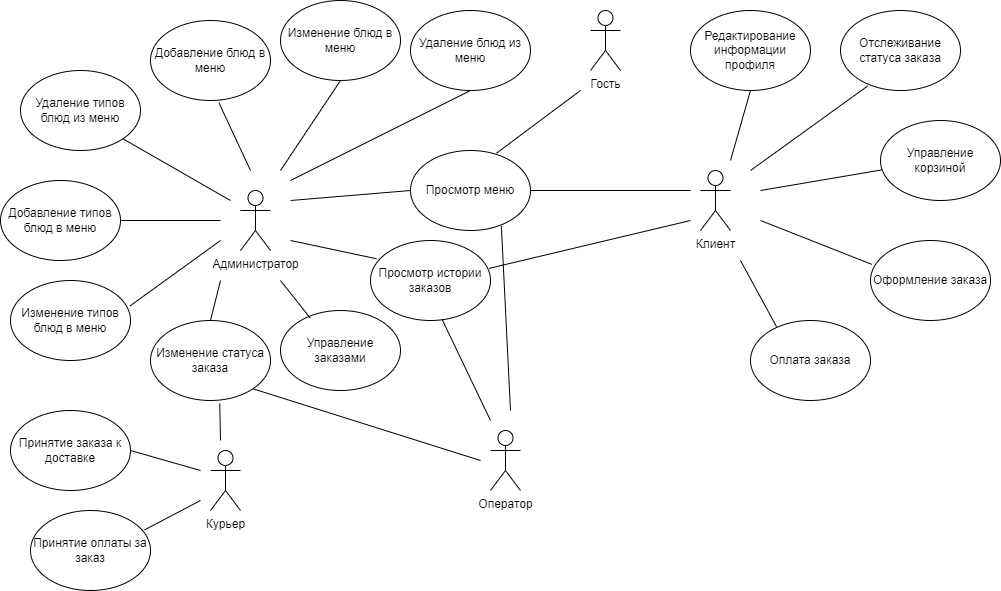
Camikadzeprof/CW-serv keeps this draw.io diagram as usecase.png. Above is the earlier version. Source tidied: cells renumbered, new cells last; positions are measured from the earlier drawing's top-left corner, leaving out a move shared by most shapes.
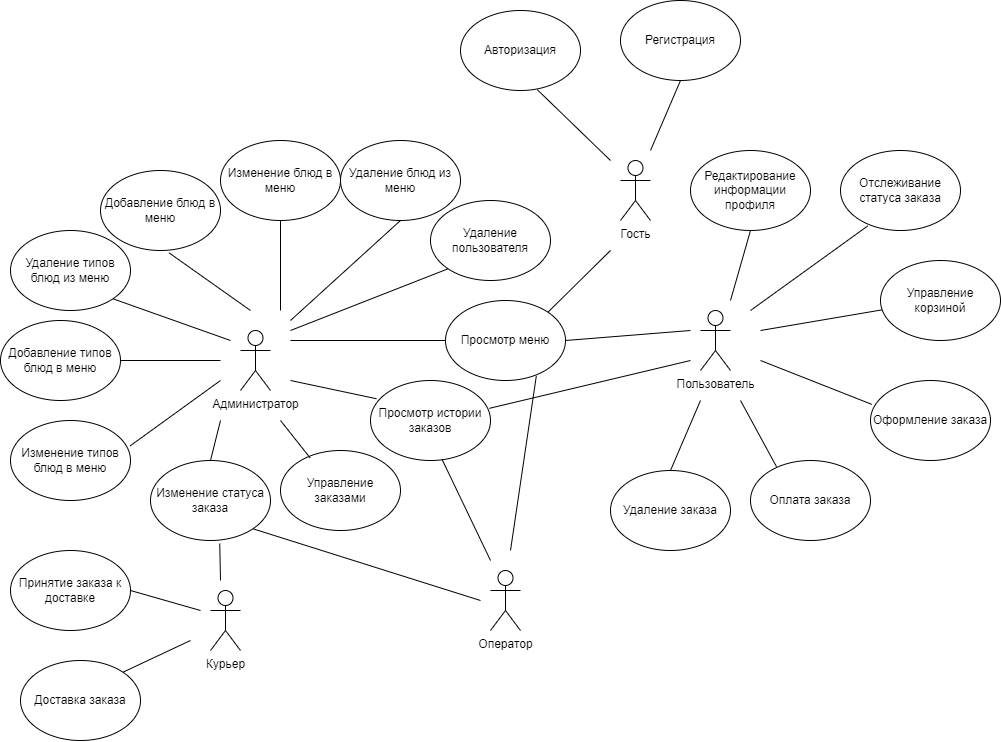
After the commit.

Diff of the diagram source:
```diff
@@ -9,13 +9,13 @@
       <mxGeometry x="370" y="240" width="120" height="80" as="geometry" />
     </mxCell>
     <mxCell id="4" value="Удаление типов блюд из меню" style="ellipse;whiteSpace=wrap;html=1;" parent="1" vertex="1">
-      <mxGeometry x="20" y="70" width="120" height="80" as="geometry" />
+      <mxGeometry x="10" y="90" width="120" height="80" as="geometry" />
     </mxCell>
     <mxCell id="5" value="Изменение блюд в меню" style="ellipse;whiteSpace=wrap;html=1;" parent="1" vertex="1">
-      <mxGeometry x="280" width="120" height="80" as="geometry" />
+      <mxGeometry x="220" width="120" height="80" as="geometry" />
     </mxCell>
     <mxCell id="6" value="Удаление блюд из меню" style="ellipse;whiteSpace=wrap;html=1;" parent="1" vertex="1">
-      <mxGeometry x="410" y="10" width="120" height="80" as="geometry" />
+      <mxGeometry x="340" width="120" height="80" as="geometry" />
     </mxCell>
     <mxCell id="7" value="Управление заказами" style="ellipse;whiteSpace=wrap;html=1;" parent="1" vertex="1">
       <mxGeometry x="280" y="310" width="120" height="80" as="geometry" />
@@ -24,7 +24,7 @@
       <mxGeometry x="150" y="320" width="120" height="80" as="geometry" />
     </mxCell>
     <mxCell id="9" value="Просмотр меню" style="ellipse;whiteSpace=wrap;html=1;" parent="1" vertex="1">
-      <mxGeometry x="410" y="150" width="120" height="80" as="geometry" />
+      <mxGeometry x="445" y="160" width="120" height="80" as="geometry" />
     </mxCell>
     <mxCell id="10" value="Принятие заказа к доставке" style="ellipse;whiteSpace=wrap;html=1;" parent="1" vertex="1">
       <mxGeometry x="10" y="410" width="120" height="80" as="geometry" />
@@ -70,9 +70,6 @@
     <mxCell id="19" value="Курьер" style="shape=umlActor;verticalLabelPosition=bottom;verticalAlign=top;html=1;" parent="1" vertex="1">
       <mxGeometry x="210" y="450" width="30" height="60" as="geometry" />
     </mxCell>
-    <mxCell id="20" value="Принятие оплаты за заказ" style="ellipse;whiteSpace=wrap;html=1;" parent="1" vertex="1">
-      <mxGeometry x="30" y="510" width="120" height="80" as="geometry" />
-    </mxCell>
     <mxCell id="21" style="endArrow=none;html=1;rounded=0;entryX=0.577;entryY=1.038;entryDx=0;entryDy=0;entryPerimeter=0;" parent="1" edge="1" target="8">
       <mxGeometry relative="1" as="geometry">
         <mxPoint x="220" y="440" as="sourcePoint" />
@@ -83,11 +80,6 @@
         <mxPoint x="200" y="470" as="targetPoint" />
       </mxGeometry>
     </mxCell>
-    <mxCell id="23" style="endArrow=none;html=1;rounded=0;exitX=0.95;exitY=0.243;exitDx=0;exitDy=0;exitPerimeter=0;" parent="1" edge="1" source="20">
-      <mxGeometry relative="1" as="geometry">
-        <mxPoint x="200" y="500" as="targetPoint" />
-      </mxGeometry>
-    </mxCell>
     <mxCell id="24" value="Оператор" style="shape=umlActor;verticalLabelPosition=bottom;verticalAlign=top;html=1;" parent="1" vertex="1">
       <mxGeometry x="490" y="430" width="30" height="60" as="geometry" />
     </mxCell>
@@ -106,7 +98,7 @@
         <mxPoint x="510" y="410" as="sourcePoint" />
       </mxGeometry>
     </mxCell>
-    <mxCell id="28" value="Клиент" style="shape=umlActor;verticalLabelPosition=bottom;verticalAlign=top;html=1;" parent="1" vertex="1">
+    <mxCell id="28" value="Пользователь" style="shape=umlActor;verticalLabelPosition=bottom;verticalAlign=top;html=1;" parent="1" vertex="1">
       <mxGeometry x="700" y="170" width="30" height="60" as="geometry" />
     </mxCell>
     <mxCell id="29" value="Управление корзиной" style="ellipse;whiteSpace=wrap;html=1;" parent="1" vertex="1">
@@ -139,11 +131,11 @@
       </mxGeometry>
     </mxCell>
     <mxCell id="36" value="Гость" style="shape=umlActor;verticalLabelPosition=bottom;verticalAlign=top;html=1;" parent="1" vertex="1">
-      <mxGeometry x="590" y="10" width="30" height="60" as="geometry" />
+      <mxGeometry x="620" y="20" width="30" height="60" as="geometry" />
     </mxCell>
-    <mxCell id="37" style="endArrow=none;html=1;rounded=0;exitX=0.717;exitY=0.033;exitDx=0;exitDy=0;exitPerimeter=0;" parent="1" edge="1" source="9">
+    <mxCell id="37" style="endArrow=none;html=1;rounded=0;exitX=1;exitY=0;exitDx=0;exitDy=0;" parent="1" edge="1" source="9">
       <mxGeometry relative="1" as="geometry">
-        <mxPoint x="580" y="90" as="targetPoint" />
+        <mxPoint x="610" y="110" as="targetPoint" />
       </mxGeometry>
     </mxCell>
     <mxCell id="38" style="endArrow=none;html=1;rounded=0;exitX=1;exitY=0.5;exitDx=0;exitDy=0;" parent="1" edge="1" source="9">
@@ -173,7 +165,7 @@
       </mxGeometry>
     </mxCell>
     <mxCell id="44" value="Добавление блюд в меню" style="ellipse;whiteSpace=wrap;html=1;" parent="1" vertex="1">
-      <mxGeometry x="150" y="20" width="120" height="80" as="geometry" />
+      <mxGeometry x="100" y="30" width="120" height="80" as="geometry" />
     </mxCell>
     <mxCell id="45" style="endArrow=none;html=1;rounded=0;entryX=0.57;entryY=1.028;entryDx=0;entryDy=0;entryPerimeter=0;" parent="1" edge="1" target="44">
       <mxGeometry relative="1" as="geometry">
@@ -188,5 +180,45 @@
         <mxPoint x="730" y="160" as="sourcePoint" />
       </mxGeometry>
     </mxCell>
+    <mxCell id="48" value="Удаление пользователя" style="ellipse;whiteSpace=wrap;html=1;" parent="1" vertex="1">
+      <mxGeometry x="430" y="60" width="120" height="80" as="geometry" />
+    </mxCell>
+    <mxCell id="49" style="endArrow=none;html=1;rounded=0;entryX=0;entryY=1;entryDx=0;entryDy=0;" parent="1" edge="1" target="48">
+      <mxGeometry relative="1" as="geometry">
+        <mxPoint x="290" y="190" as="sourcePoint" />
+      </mxGeometry>
+    </mxCell>
+    <mxCell id="50" value="Авторизация" style="ellipse;whiteSpace=wrap;html=1;" parent="1" vertex="1">
+      <mxGeometry x="460" y="-130" width="120" height="80" as="geometry" />
+    </mxCell>
+    <mxCell id="51" value="Регистрация" style="ellipse;whiteSpace=wrap;html=1;" parent="1" vertex="1">
+      <mxGeometry x="620" y="-140" width="120" height="80" as="geometry" />
+    </mxCell>
+    <mxCell id="52" style="endArrow=none;html=1;rounded=0;entryX=0.64;entryY=0.99;entryDx=0;entryDy=0;entryPerimeter=0;" parent="1" edge="1" target="50">
+      <mxGeometry relative="1" as="geometry">
+        <mxPoint x="610" y="20" as="sourcePoint" />
+      </mxGeometry>
+    </mxCell>
+    <mxCell id="53" style="endArrow=none;html=1;rounded=0;entryX=0.5;entryY=1;entryDx=0;entryDy=0;" parent="1" edge="1" target="51">
+      <mxGeometry relative="1" as="geometry">
+        <mxPoint x="650" y="10" as="sourcePoint" />
+      </mxGeometry>
+    </mxCell>
+    <mxCell id="54" value="Удаление заказа" style="ellipse;whiteSpace=wrap;html=1;" parent="1" vertex="1">
+      <mxGeometry x="610" y="330" width="120" height="80" as="geometry" />
+    </mxCell>
+    <mxCell id="55" style="endArrow=none;html=1;rounded=0;exitX=0.5;exitY=0;exitDx=0;exitDy=0;" parent="1" edge="1" source="54">
+      <mxGeometry relative="1" as="geometry">
+        <mxPoint x="700" y="260" as="targetPoint" />
+      </mxGeometry>
+    </mxCell>
+    <mxCell id="56" value="Доставка заказа" style="ellipse;whiteSpace=wrap;html=1;" parent="1" vertex="1">
+      <mxGeometry x="20" y="520" width="120" height="80" as="geometry" />
+    </mxCell>
+    <mxCell id="57" style="endArrow=none;html=1;rounded=0;exitX=1;exitY=0;exitDx=0;exitDy=0;" parent="1" edge="1" source="56">
+      <mxGeometry relative="1" as="geometry">
+        <mxPoint x="190" y="500" as="targetPoint" />
+      </mxGeometry>
+    </mxCell>
   </root>
 </mxGraphModel>
```
